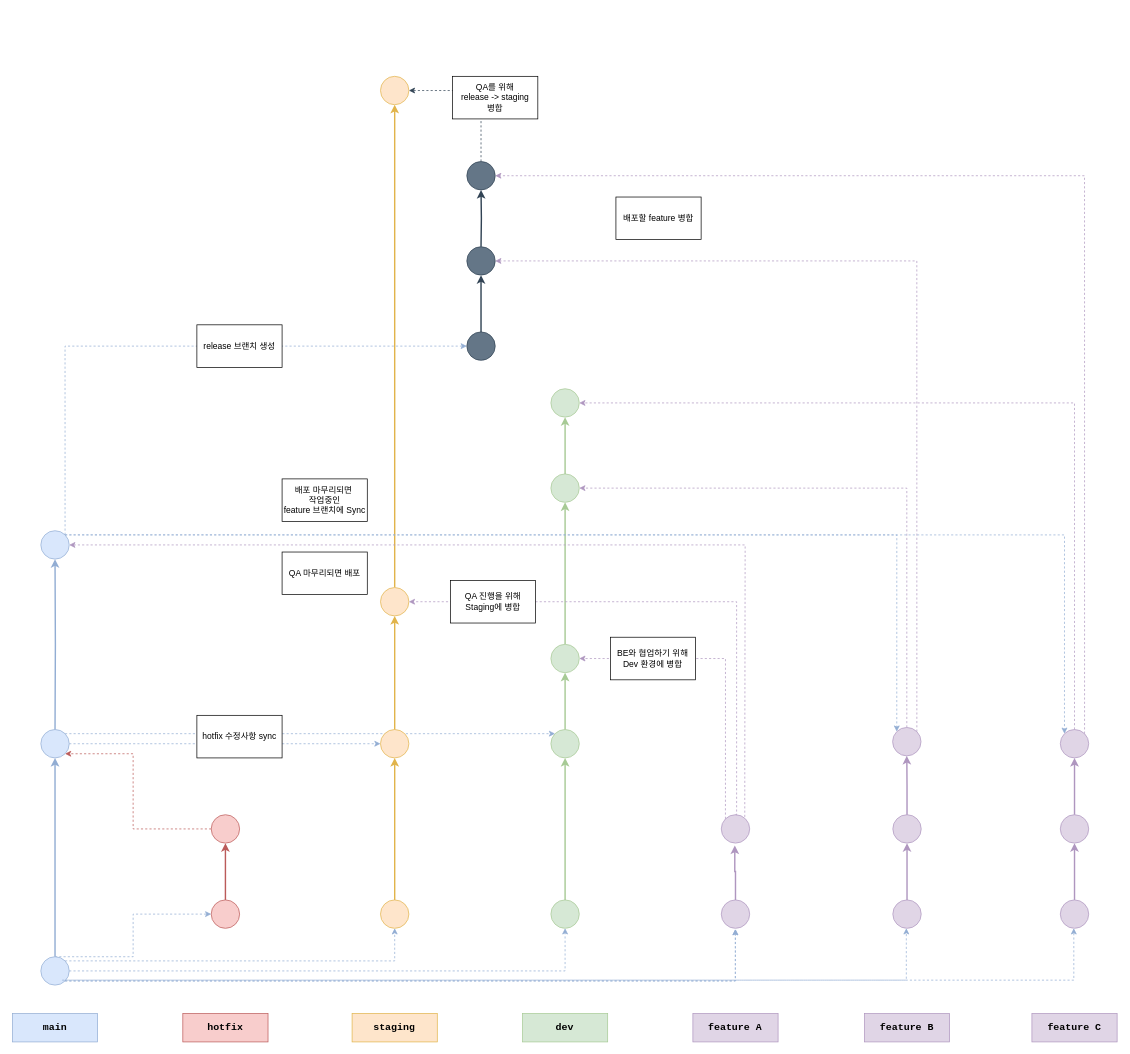
This is 제목 없는 다이어그램.drawio from kor-sams-dev/github-action, a draw.io file, before an edit. Source tidied: cells renumbered, new cells numbered last; positions are measured from the earlier drawing's top-left corner, leaving out a move shared by most shapes. Both pictures are drawn from the tidied source at 71%, with x=0, y=0 at pixel (12, 76).
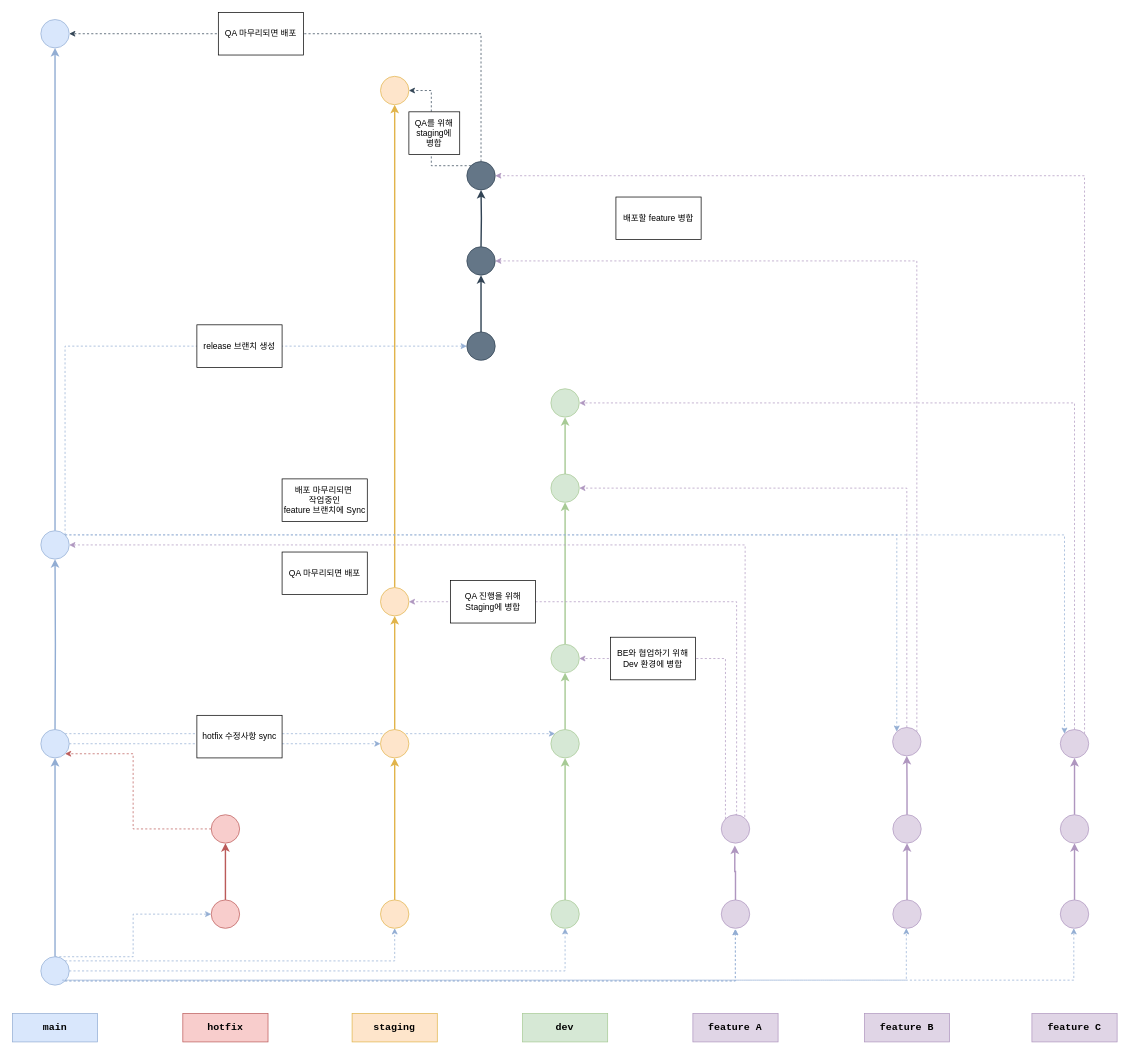
Above is the later version.

Commit message (it also covers changes not shown here):
제목 없는 다이어그램.drawio 업데이트

The change refers to these unchanged cells:
```xml
<mxCell id="45" style="ellipse;whiteSpace=wrap;html=1;fillColor=#D9E7FC;strokeColor=#92ADD3;" parent="1" vertex="1">
  <mxGeometry x="40" y="640" width="40" height="40" as="geometry" />
</mxCell>
<mxCell id="75" style="ellipse;whiteSpace=wrap;html=1;fillColor=#647687;strokeColor=#314354;fontColor=#ffffff;" parent="1" vertex="1">
  <mxGeometry x="640" y="120" width="40" height="40" as="geometry" />
</mxCell>
<mxCell id="78" style="ellipse;whiteSpace=wrap;html=1;fillColor=#FEE5CB;strokeColor=#E1B44B;" parent="1" vertex="1">
  <mxGeometry x="518.4" width="40" height="40" as="geometry" />
</mxCell>
```

The edit, as a diff of the source:
```diff
@@
+    <mxCell id="80" style="edgeStyle=orthogonalEdgeStyle;rounded=0;jettySize=auto;html=1;exitX=0.5;exitY=0;exitDx=0;exitDy=0;entryX=0.5;entryY=1;entryDx=0;entryDy=0;strokeColor=#92ADD3;strokeWidth=2;" parent="1" edge="1" source="45" target="82">
+      <mxGeometry relative="1" as="geometry" />
+    </mxCell>
@@
-    <mxCell id="74" style="edgeStyle=orthogonalEdgeStyle;rounded=0;jettySize=auto;html=1;exitX=0.5;exitY=0;exitDx=0;exitDy=0;entryX=1;entryY=0.5;entryDx=0;entryDy=0;strokeColor=#314354;dashed=1;" parent="1" edge="1" source="75" target="78">
-      <mxGeometry relative="1" as="geometry" />
+    <mxCell id="74" style="edgeStyle=orthogonalEdgeStyle;rounded=0;jettySize=auto;html=1;exitX=0;exitY=0;exitDx=0;exitDy=0;entryX=1;entryY=0.5;entryDx=0;entryDy=0;strokeColor=#314354;dashed=1;" parent="1" edge="1" source="75" target="78">
+      <mxGeometry relative="1" as="geometry">
+        <Array as="points">
+          <mxPoint x="590" y="126" />
+          <mxPoint x="590" y="20" />
+        </Array>
+      </mxGeometry>
     </mxCell>
+    <mxCell id="81" style="edgeStyle=orthogonalEdgeStyle;rounded=0;jettySize=auto;html=1;exitX=0.5;exitY=0;exitDx=0;exitDy=0;entryX=1;entryY=0.5;entryDx=0;entryDy=0;strokeColor=#314354;dashed=1;" parent="1" edge="1" source="75" target="82">
+      <mxGeometry relative="1" as="geometry" />
+    </mxCell>
@@
-    <mxCell id="79" value="QA를 위해&lt;br&gt;release -&amp;gt; staging&lt;br&gt;병합" style="rounded=0;whiteSpace=wrap;html=1;" parent="1" vertex="1">
-      <mxGeometry x="620" width="120" height="60" as="geometry" />
+    <mxCell id="79" value="QA를 위해&lt;br&gt;staging에&lt;br&gt;병합" style="rounded=0;whiteSpace=wrap;html=1;" parent="1" vertex="1">
+      <mxGeometry x="558.4" y="50" width="71.6" height="60" as="geometry" />
     </mxCell>
+    <mxCell id="82" style="ellipse;whiteSpace=wrap;html=1;fillColor=#D9E7FC;strokeColor=#92ADD3;" parent="1" vertex="1">
+      <mxGeometry x="40" y="-80" width="40" height="40" as="geometry" />
+    </mxCell>
+    <mxCell id="83" value="QA 마무리되면 배포" style="rounded=0;whiteSpace=wrap;html=1;" parent="1" vertex="1">
+      <mxGeometry x="290" y="-90" width="120" height="60" as="geometry" />
+    </mxCell>
```
